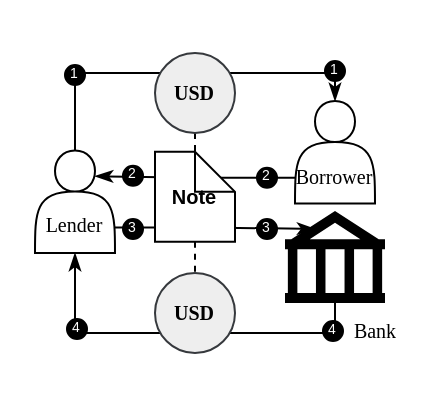
Before: diagrams/discounting.drawio in lyc0603/tvl-measurement, a draw.io diagram. Source tidied: cells renumbered, new cells numbered last; positions are measured from the earlier drawing's top-left corner, leaving out a move shared by most shapes. Both pictures are drawn from the tidied source at 200%, with x=0, y=0 at pixel (34, 52).
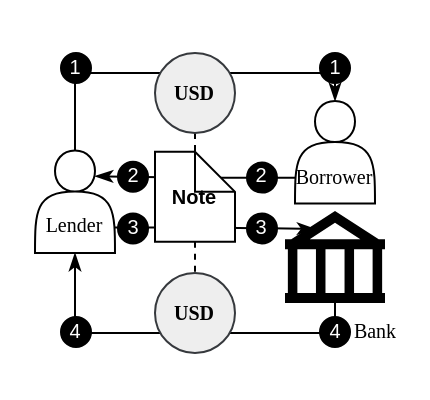
The same diagram, later.

The edit, as a diff of the source:
```diff
@@
-    <mxCell id="14" value="&lt;p style=&quot;line-height: 270%;&quot;&gt;1&lt;/p&gt;" style="ellipse;whiteSpace=wrap;html=1;fontSize=7;labelBackgroundColor=none;fontColor=#FFFFFF;fillColor=#000000;align=center;" parent="1" vertex="1">
-      <mxGeometry x="145" y="4" width="10" height="10" as="geometry" />
-    </mxCell>
-    <mxCell id="15" value="&lt;p style=&quot;line-height: 270%;&quot;&gt;2&lt;/p&gt;" style="ellipse;whiteSpace=wrap;html=1;fontSize=7;labelBackgroundColor=none;fontColor=#FFFFFF;fillColor=#000000;align=center;" parent="1" vertex="1">
-      <mxGeometry x="111" y="57.4" width="10" height="10" as="geometry" />
-    </mxCell>
-    <mxCell id="16" value="&lt;p style=&quot;line-height: 270%;&quot;&gt;3&lt;/p&gt;" style="ellipse;whiteSpace=wrap;html=1;fontSize=7;labelBackgroundColor=none;fontColor=#FFFFFF;fillColor=#000000;align=center;" parent="1" vertex="1">
-      <mxGeometry x="111" y="83" width="10" height="10" as="geometry" />
-    </mxCell>
-    <mxCell id="17" value="&lt;p style=&quot;line-height: 270%;&quot;&gt;4&lt;/p&gt;" style="ellipse;whiteSpace=wrap;html=1;fontSize=7;labelBackgroundColor=none;fontColor=#FFFFFF;fillColor=#000000;align=center;" parent="1" vertex="1">
-      <mxGeometry x="144" y="134" width="10" height="10" as="geometry" />
-    </mxCell>
-    <mxCell id="18" value="&lt;p style=&quot;line-height: 270%;&quot;&gt;1&lt;/p&gt;" style="ellipse;whiteSpace=wrap;html=1;fontSize=7;labelBackgroundColor=none;fontColor=#FFFFFF;fillColor=#000000;align=center;" parent="1" vertex="1">
-      <mxGeometry x="15" y="6" width="10" height="10" as="geometry" />
-    </mxCell>
-    <mxCell id="19" value="&lt;p style=&quot;line-height: 270%;&quot;&gt;2&lt;/p&gt;" style="ellipse;whiteSpace=wrap;html=1;fontSize=7;labelBackgroundColor=none;fontColor=#FFFFFF;fillColor=#000000;align=center;" parent="1" vertex="1">
-      <mxGeometry x="44" y="56.4" width="10" height="10" as="geometry" />
-    </mxCell>
-    <mxCell id="20" value="&lt;p style=&quot;line-height: 270%;&quot;&gt;3&lt;/p&gt;" style="ellipse;whiteSpace=wrap;html=1;fontSize=7;labelBackgroundColor=none;fontColor=#FFFFFF;fillColor=#000000;align=center;" parent="1" vertex="1">
-      <mxGeometry x="44" y="83" width="10" height="10" as="geometry" />
-    </mxCell>
-    <mxCell id="21" value="&lt;p style=&quot;line-height: 270%;&quot;&gt;4&lt;/p&gt;" style="ellipse;whiteSpace=wrap;html=1;fontSize=7;labelBackgroundColor=none;fontColor=#FFFFFF;fillColor=#000000;align=center;" parent="1" vertex="1">
-      <mxGeometry x="16" y="133" width="10" height="10" as="geometry" />
-    </mxCell>
+    <mxCell id="22" value="&lt;p style=&quot;line-height: 270%;&quot;&gt;&lt;font style=&quot;font-size: 10px;&quot;&gt;1&lt;/font&gt;&lt;/p&gt;" style="ellipse;whiteSpace=wrap;html=1;fontSize=7;labelBackgroundColor=none;fontColor=#FFFFFF;fillColor=#000000;align=center;" parent="1" vertex="1">
+      <mxGeometry x="13" width="15" height="15" as="geometry" />
+    </mxCell>
+    <mxCell id="23" value="&lt;p style=&quot;line-height: 270%;&quot;&gt;&lt;font style=&quot;font-size: 10px;&quot;&gt;1&lt;/font&gt;&lt;/p&gt;" style="ellipse;whiteSpace=wrap;html=1;fontSize=7;labelBackgroundColor=none;fontColor=#FFFFFF;fillColor=#000000;align=center;" parent="1" vertex="1">
+      <mxGeometry x="142.5" width="15" height="15" as="geometry" />
+    </mxCell>
+    <mxCell id="24" value="&lt;p style=&quot;line-height: 270%;&quot;&gt;&lt;font style=&quot;font-size: 10px;&quot;&gt;2&lt;/font&gt;&lt;/p&gt;" style="ellipse;whiteSpace=wrap;html=1;fontSize=7;labelBackgroundColor=none;fontColor=#FFFFFF;fillColor=#000000;align=center;" parent="1" vertex="1">
+      <mxGeometry x="41.5" y="54.4" width="15" height="15" as="geometry" />
+    </mxCell>
+    <mxCell id="25" value="&lt;p style=&quot;line-height: 270%;&quot;&gt;&lt;font style=&quot;font-size: 10px;&quot;&gt;2&lt;/font&gt;&lt;/p&gt;" style="ellipse;whiteSpace=wrap;html=1;fontSize=7;labelBackgroundColor=none;fontColor=#FFFFFF;fillColor=#000000;align=center;" parent="1" vertex="1">
+      <mxGeometry x="106" y="54.8" width="15" height="15" as="geometry" />
+    </mxCell>
+    <mxCell id="26" value="&lt;p style=&quot;line-height: 270%;&quot;&gt;&lt;font style=&quot;font-size: 10px;&quot;&gt;3&lt;/font&gt;&lt;/p&gt;" style="ellipse;whiteSpace=wrap;html=1;fontSize=7;labelBackgroundColor=none;fontColor=#FFFFFF;fillColor=#000000;align=center;" parent="1" vertex="1">
+      <mxGeometry x="41.5" y="80.2" width="15" height="15" as="geometry" />
+    </mxCell>
+    <mxCell id="27" value="&lt;p style=&quot;line-height: 270%;&quot;&gt;&lt;font style=&quot;font-size: 10px;&quot;&gt;3&lt;/font&gt;&lt;/p&gt;" style="ellipse;whiteSpace=wrap;html=1;fontSize=7;labelBackgroundColor=none;fontColor=#FFFFFF;fillColor=#000000;align=center;" parent="1" vertex="1">
+      <mxGeometry x="106" y="80.2" width="15" height="15" as="geometry" />
+    </mxCell>
+    <mxCell id="28" value="&lt;p style=&quot;line-height: 270%;&quot;&gt;&lt;font style=&quot;font-size: 10px;&quot;&gt;4&lt;/font&gt;&lt;/p&gt;" style="ellipse;whiteSpace=wrap;html=1;fontSize=7;labelBackgroundColor=none;fontColor=#FFFFFF;fillColor=#000000;align=center;" parent="1" vertex="1">
+      <mxGeometry x="13" y="132" width="15" height="15" as="geometry" />
+    </mxCell>
+    <mxCell id="29" value="&lt;p style=&quot;line-height: 270%;&quot;&gt;&lt;font style=&quot;font-size: 10px;&quot;&gt;4&lt;/font&gt;&lt;/p&gt;" style="ellipse;whiteSpace=wrap;html=1;fontSize=7;labelBackgroundColor=none;fontColor=#FFFFFF;fillColor=#000000;align=center;" parent="1" vertex="1">
+      <mxGeometry x="142.5" y="132" width="15" height="15" as="geometry" />
+    </mxCell>
```
